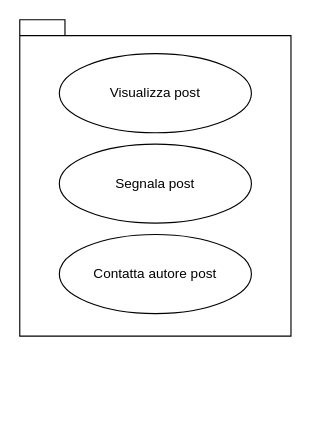
Earlier version of the draw.io diagram page "Interazione con un post" (4 of 5) of docs/useCase.drawio (archer-65/natour-2122). Source tidied: cells renumbered, new cells numbered last; positions are measured from the earlier drawing's top-left corner, leaving out a move shared by most shapes. Both pictures are drawn from the tidied source at 113%, with x=0, y=0 at pixel (19, 19).
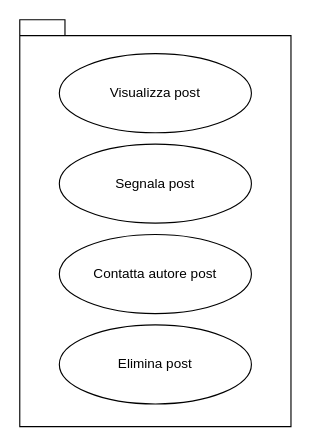
After the change.

Change to the diagram source:
```diff
@@
 <mxGraphModel>
   <root>
     <mxCell id="0" />
     <mxCell id="1" parent="0" />
     <mxCell id="2" style="shape=folder;fontStyle=1;spacingTop=10;tabWidth=40;tabHeight=14;tabPosition=left;html=1;" parent="1" vertex="1">
-      <mxGeometry width="240" height="280" as="geometry" />
+      <mxGeometry width="240" height="360" as="geometry" />
     </mxCell>
     <mxCell id="3" value="Segnala post" style="ellipse;whiteSpace=wrap;html=1;" parent="1" vertex="1">
       <mxGeometry x="35" y="110" width="170" height="70" as="geometry" />
     </mxCell>
     <mxCell id="4" value="Contatta autore post" style="ellipse;whiteSpace=wrap;html=1;" parent="1" vertex="1">
       <mxGeometry x="35" y="190" width="170" height="70" as="geometry" />
     </mxCell>
     <mxCell id="5" value="Visualizza post" style="ellipse;whiteSpace=wrap;html=1;" parent="1" vertex="1">
       <mxGeometry x="35" y="30" width="170" height="70" as="geometry" />
     </mxCell>
+    <mxCell id="6" value="Elimina post" style="ellipse;whiteSpace=wrap;html=1;" parent="1" vertex="1">
+      <mxGeometry x="35" y="270" width="170" height="70" as="geometry" />
+    </mxCell>
   </root>
 </mxGraphModel>
```
